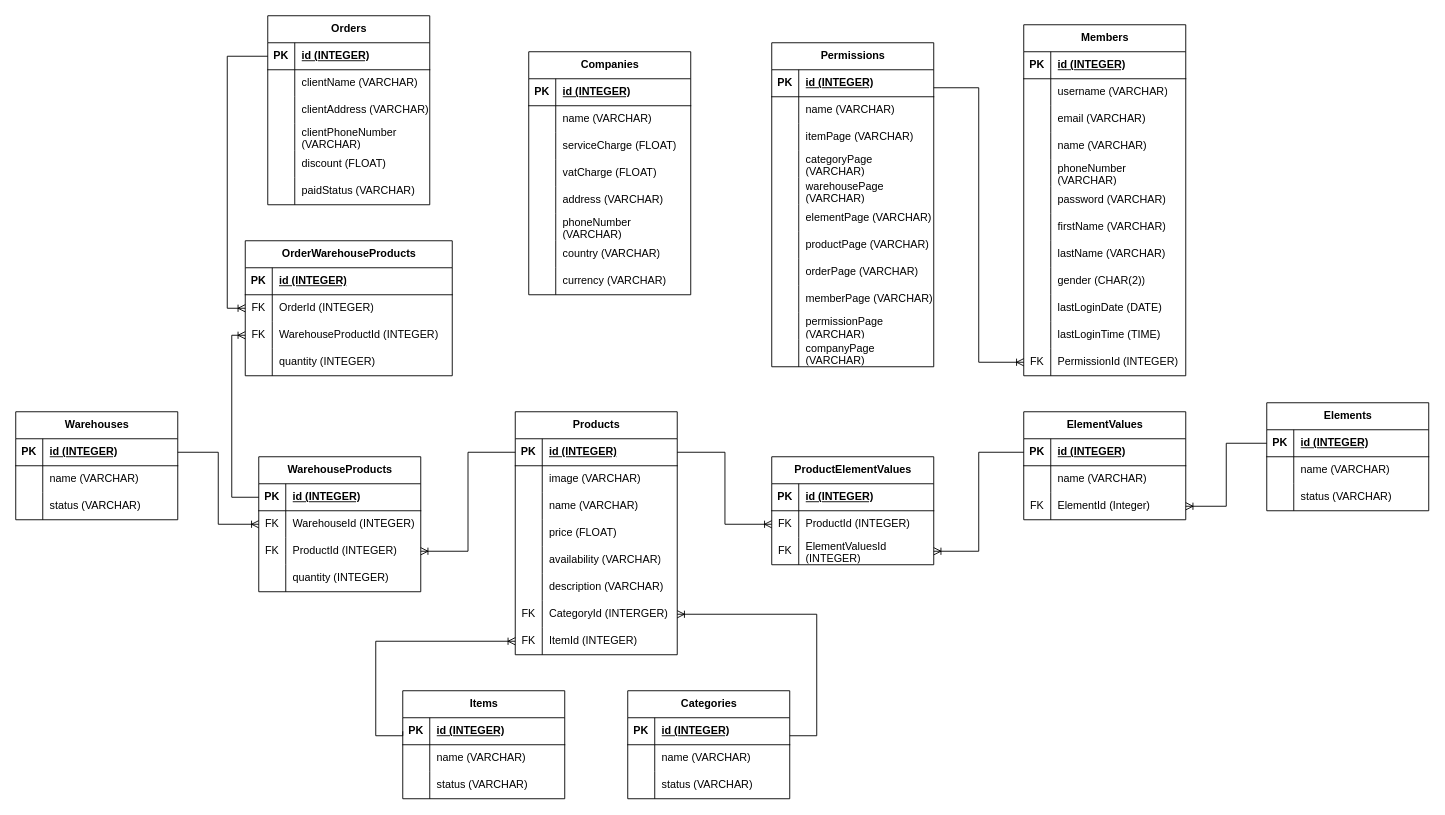
Above: InventoryManagementSystem.drawio in Giselle649/Inventory-Management-System (draw.io), before the change. Source tidied: cells renumbered, new cells numbered last; positions are measured from the earlier drawing's top-left corner, leaving out a move shared by most shapes. Both pictures are drawn from the tidied source at 90%, with x=0, y=0 at pixel (15, 15).
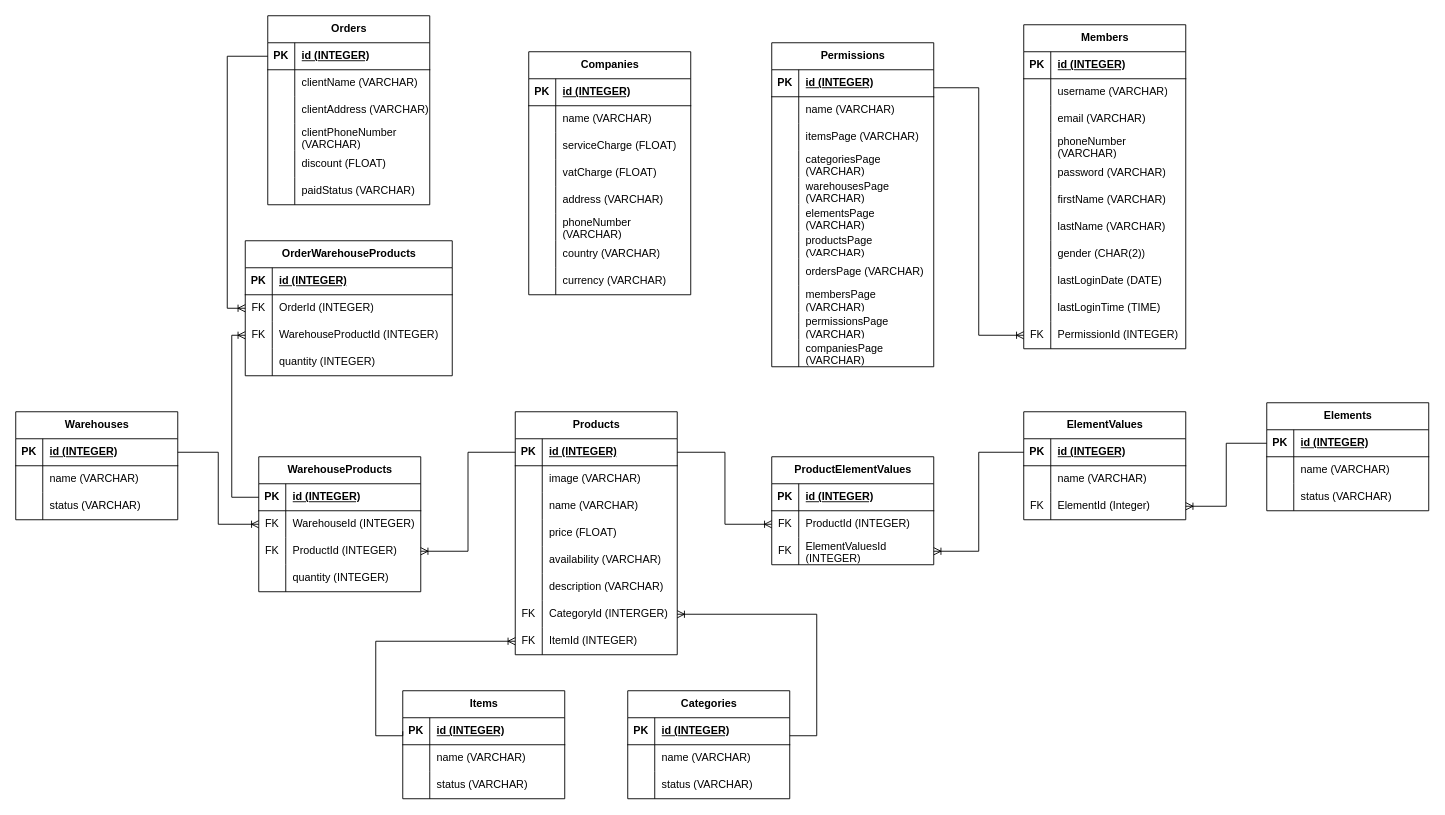
After the change.

The change refers to these unchanged cells:
```xml
<mxCell id="176" style="shape=tableRow;horizontal=0;startSize=0;swimlaneHead=0;swimlaneBody=0;fillColor=none;top=0;left=0;right=0;bottom=0;" parent="169" vertex="1">
  <mxGeometry y="90" width="180" height="30" as="geometry" />
</mxCell>
<mxCell id="179" style="shape=tableRow;horizontal=0;startSize=0;swimlaneHead=0;swimlaneBody=0;fillColor=none;top=0;left=0;right=0;bottom=0;" parent="169" vertex="1">
  <mxGeometry y="120" width="180" height="30" as="geometry" />
</mxCell>
<mxCell id="182" style="shape=tableRow;horizontal=0;startSize=0;swimlaneHead=0;swimlaneBody=0;fillColor=none;top=0;left=0;right=0;bottom=0;" parent="169" vertex="1">
  <mxGeometry y="150" width="180" height="30" as="geometry" />
</mxCell>
<mxCell id="185" style="shape=tableRow;horizontal=0;startSize=0;swimlaneHead=0;swimlaneBody=0;fillColor=none;top=0;left=0;right=0;bottom=0;" parent="169" vertex="1">
  <mxGeometry y="180" width="180" height="30" as="geometry" />
</mxCell>
<mxCell id="188" style="shape=tableRow;horizontal=0;startSize=0;swimlaneHead=0;swimlaneBody=0;fillColor=none;top=0;left=0;right=0;bottom=0;" parent="169" vertex="1">
  <mxGeometry y="210" width="180" height="30" as="geometry" />
</mxCell>
<mxCell id="191" style="shape=tableRow;horizontal=0;startSize=0;swimlaneHead=0;swimlaneBody=0;fillColor=none;top=0;left=0;right=0;bottom=0;" parent="169" vertex="1">
  <mxGeometry y="240" width="180" height="30" as="geometry" />
</mxCell>
<mxCell id="194" style="shape=tableRow;horizontal=0;startSize=0;swimlaneHead=0;swimlaneBody=0;fillColor=none;top=0;left=0;right=0;bottom=0;" parent="169" vertex="1">
  <mxGeometry y="270" width="180" height="30" as="geometry" />
</mxCell>
<mxCell id="197" style="shape=tableRow;horizontal=0;startSize=0;swimlaneHead=0;swimlaneBody=0;fillColor=none;top=0;left=0;right=0;bottom=0;" parent="169" vertex="1">
  <mxGeometry y="300" width="180" height="30" as="geometry" />
</mxCell>
<mxCell id="200" style="shape=tableRow;horizontal=0;startSize=0;swimlaneHead=0;swimlaneBody=0;fillColor=none;top=0;left=0;right=0;bottom=0;" parent="169" vertex="1">
  <mxGeometry y="330" width="180" height="30" as="geometry" />
</mxCell>
```

What changed in the source:
```diff
@@
     <mxCell id="132" value="Members" style="shape=table;startSize=30;childLayout=tableLayout;rowLines=0;fontStyle=1;align=center;html=1;" parent="1" vertex="1">
-      <mxGeometry x="1120" y="10" width="180" height="390" as="geometry" />
+      <mxGeometry x="1120" y="10" width="180" height="360" as="geometry" />
     </mxCell>
@@
-    <mxCell id="142" style="shape=tableRow;horizontal=0;startSize=0;swimlaneHead=0;swimlaneBody=0;fillColor=none;top=0;left=0;right=0;bottom=0;" parent="132" vertex="1">
-      <mxGeometry y="120" width="180" height="30" as="geometry" />
-    </mxCell>
-    <mxCell id="143" style="shape=partialRectangle;fillColor=none;top=0;left=0;bottom=0;right=0;overflow=hidden;whiteSpace=wrap;html=1;" parent="142" vertex="1">
-      <mxGeometry width="30" height="30" as="geometry" />
-    </mxCell>
-    <mxCell id="144" value="name (VARCHAR)" style="shape=partialRectangle;fillColor=none;top=0;left=0;bottom=0;right=0;align=left;spacingLeft=6;overflow=hidden;whiteSpace=wrap;html=1;" parent="142" vertex="1">
-      <mxGeometry x="30" width="150" height="30" as="geometry" />
-    </mxCell>
     <mxCell id="145" style="shape=tableRow;horizontal=0;startSize=0;swimlaneHead=0;swimlaneBody=0;fillColor=none;top=0;left=0;right=0;bottom=0;" parent="132" vertex="1">
-      <mxGeometry y="150" width="180" height="30" as="geometry" />
+      <mxGeometry y="120" width="180" height="30" as="geometry" />
     </mxCell>
@@
     <mxCell id="148" style="shape=tableRow;horizontal=0;startSize=0;swimlaneHead=0;swimlaneBody=0;fillColor=none;top=0;left=0;right=0;bottom=0;" parent="132" vertex="1">
-      <mxGeometry y="180" width="180" height="30" as="geometry" />
+      <mxGeometry y="150" width="180" height="30" as="geometry" />
     </mxCell>
@@
     <mxCell id="151" style="shape=tableRow;horizontal=0;startSize=0;swimlaneHead=0;swimlaneBody=0;fillColor=none;top=0;left=0;right=0;bottom=0;" parent="132" vertex="1">
-      <mxGeometry y="210" width="180" height="30" as="geometry" />
+      <mxGeometry y="180" width="180" height="30" as="geometry" />
     </mxCell>
@@
     <mxCell id="154" style="shape=tableRow;horizontal=0;startSize=0;swimlaneHead=0;swimlaneBody=0;fillColor=none;top=0;left=0;right=0;bottom=0;" parent="132" vertex="1">
-      <mxGeometry y="240" width="180" height="30" as="geometry" />
+      <mxGeometry y="210" width="180" height="30" as="geometry" />
     </mxCell>
@@
     <mxCell id="157" style="shape=tableRow;horizontal=0;startSize=0;swimlaneHead=0;swimlaneBody=0;fillColor=none;top=0;left=0;right=0;bottom=0;" parent="132" vertex="1">
-      <mxGeometry y="270" width="180" height="30" as="geometry" />
+      <mxGeometry y="240" width="180" height="30" as="geometry" />
     </mxCell>
@@
     <mxCell id="160" style="shape=tableRow;horizontal=0;startSize=0;swimlaneHead=0;swimlaneBody=0;fillColor=none;top=0;left=0;right=0;bottom=0;" parent="132" vertex="1">
-      <mxGeometry y="300" width="180" height="30" as="geometry" />
+      <mxGeometry y="270" width="180" height="30" as="geometry" />
     </mxCell>
@@
     <mxCell id="163" style="shape=tableRow;horizontal=0;startSize=0;swimlaneHead=0;swimlaneBody=0;fillColor=none;top=0;left=0;right=0;bottom=0;" parent="132" vertex="1">
-      <mxGeometry y="330" width="180" height="30" as="geometry" />
+      <mxGeometry y="300" width="180" height="30" as="geometry" />
     </mxCell>
@@
     <mxCell id="166" style="shape=tableRow;horizontal=0;startSize=0;swimlaneHead=0;swimlaneBody=0;fillColor=none;points=[[0,0.5],[1,0.5]];portConstraint=eastwest;top=0;left=0;right=0;bottom=0;" parent="132" vertex="1">
-      <mxGeometry y="360" width="180" height="30" as="geometry" />
+      <mxGeometry y="330" width="180" height="30" as="geometry" />
     </mxCell>
@@
-    <mxCell id="178" value="itemPage (VARCHAR)" style="shape=partialRectangle;fillColor=none;top=0;left=0;bottom=0;right=0;align=left;spacingLeft=6;overflow=hidden;whiteSpace=wrap;html=1;" parent="176" vertex="1">
+    <mxCell id="178" value="itemsPage (VARCHAR)" style="shape=partialRectangle;fillColor=none;top=0;left=0;bottom=0;right=0;align=left;spacingLeft=6;overflow=hidden;whiteSpace=wrap;html=1;" parent="176" vertex="1">
       <mxGeometry x="30" width="150" height="30" as="geometry" />
     </mxCell>
@@
-    <mxCell id="181" value="categoryPage (VARCHAR)" style="shape=partialRectangle;fillColor=none;top=0;left=0;bottom=0;right=0;align=left;spacingLeft=6;overflow=hidden;whiteSpace=wrap;html=1;" parent="179" vertex="1">
+    <mxCell id="181" value="categoriesPage (VARCHAR)" style="shape=partialRectangle;fillColor=none;top=0;left=0;bottom=0;right=0;align=left;spacingLeft=6;overflow=hidden;whiteSpace=wrap;html=1;" parent="179" vertex="1">
       <mxGeometry x="30" width="150" height="30" as="geometry" />
     </mxCell>
@@
-    <mxCell id="184" value="warehousePage (VARCHAR)" style="shape=partialRectangle;fillColor=none;top=0;left=0;bottom=0;right=0;align=left;spacingLeft=6;overflow=hidden;whiteSpace=wrap;html=1;" parent="182" vertex="1">
+    <mxCell id="184" value="warehousesPage (VARCHAR)" style="shape=partialRectangle;fillColor=none;top=0;left=0;bottom=0;right=0;align=left;spacingLeft=6;overflow=hidden;whiteSpace=wrap;html=1;" parent="182" vertex="1">
       <mxGeometry x="30" width="150" height="30" as="geometry" />
     </mxCell>
@@
-    <mxCell id="187" value="elementPage (VARCHAR)" style="shape=partialRectangle;fillColor=none;top=0;left=0;bottom=0;right=0;align=left;spacingLeft=6;overflow=hidden;whiteSpace=wrap;html=1;" parent="185" vertex="1">
+    <mxCell id="187" value="elementsPage (VARCHAR)" style="shape=partialRectangle;fillColor=none;top=0;left=0;bottom=0;right=0;align=left;spacingLeft=6;overflow=hidden;whiteSpace=wrap;html=1;" parent="185" vertex="1">
       <mxGeometry x="30" width="150" height="30" as="geometry" />
     </mxCell>
@@
-    <mxCell id="190" value="productPage (VARCHAR)" style="shape=partialRectangle;fillColor=none;top=0;left=0;bottom=0;right=0;align=left;spacingLeft=6;overflow=hidden;whiteSpace=wrap;html=1;" parent="188" vertex="1">
+    <mxCell id="190" value="productsPage (VARCHAR)" style="shape=partialRectangle;fillColor=none;top=0;left=0;bottom=0;right=0;align=left;spacingLeft=6;overflow=hidden;whiteSpace=wrap;html=1;" parent="188" vertex="1">
       <mxGeometry x="30" width="150" height="30" as="geometry" />
     </mxCell>
@@
-    <mxCell id="193" value="orderPage (VARCHAR)" style="shape=partialRectangle;fillColor=none;top=0;left=0;bottom=0;right=0;align=left;spacingLeft=6;overflow=hidden;whiteSpace=wrap;html=1;" parent="191" vertex="1">
+    <mxCell id="193" value="ordersPage (VARCHAR)" style="shape=partialRectangle;fillColor=none;top=0;left=0;bottom=0;right=0;align=left;spacingLeft=6;overflow=hidden;whiteSpace=wrap;html=1;" parent="191" vertex="1">
       <mxGeometry x="30" width="150" height="30" as="geometry" />
     </mxCell>
@@
-    <mxCell id="196" value="memberPage (VARCHAR)" style="shape=partialRectangle;fillColor=none;top=0;left=0;bottom=0;right=0;align=left;spacingLeft=6;overflow=hidden;whiteSpace=wrap;html=1;" parent="194" vertex="1">
+    <mxCell id="196" value="membersPage (VARCHAR)" style="shape=partialRectangle;fillColor=none;top=0;left=0;bottom=0;right=0;align=left;spacingLeft=6;overflow=hidden;whiteSpace=wrap;html=1;" parent="194" vertex="1">
       <mxGeometry x="30" width="150" height="30" as="geometry" />
     </mxCell>
@@
-    <mxCell id="199" value="permissionPage (VARCHAR)" style="shape=partialRectangle;fillColor=none;top=0;left=0;bottom=0;right=0;align=left;spacingLeft=6;overflow=hidden;whiteSpace=wrap;html=1;" parent="197" vertex="1">
+    <mxCell id="199" value="permissionsPage (VARCHAR)" style="shape=partialRectangle;fillColor=none;top=0;left=0;bottom=0;right=0;align=left;spacingLeft=6;overflow=hidden;whiteSpace=wrap;html=1;" parent="197" vertex="1">
       <mxGeometry x="30" width="150" height="30" as="geometry" />
     </mxCell>
@@
-    <mxCell id="202" value="companyPage (VARCHAR)" style="shape=partialRectangle;fillColor=none;top=0;left=0;bottom=0;right=0;align=left;spacingLeft=6;overflow=hidden;whiteSpace=wrap;html=1;" parent="200" vertex="1">
+    <mxCell id="202" value="companiesPage (VARCHAR)" style="shape=partialRectangle;fillColor=none;top=0;left=0;bottom=0;right=0;align=left;spacingLeft=6;overflow=hidden;whiteSpace=wrap;html=1;" parent="200" vertex="1">
       <mxGeometry x="30" width="150" height="30" as="geometry" />
     </mxCell>
```
